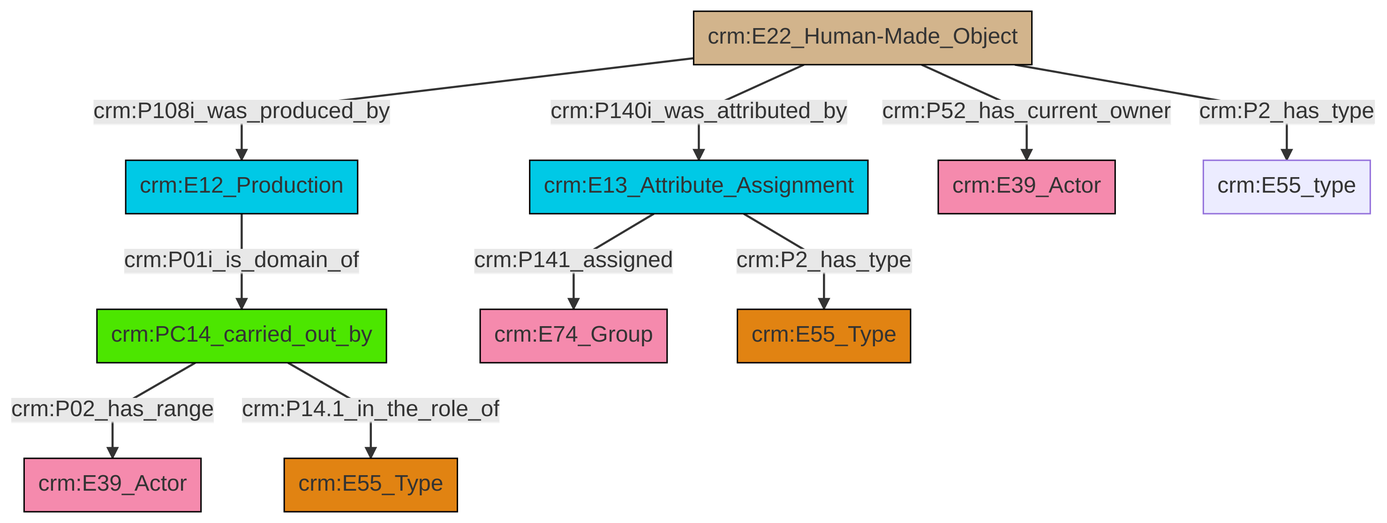
Before: et/builtWorkCSV/ttl/mmd/png/Built_Work_actor_relations.png, a diagram exported from Mermaid (swiss-art-research-net/docs.swissartresearch). Its source is kept beside it as et/builtWorkCSV/ttl/mmd/Built_Work_actor_relations.ttl.mmd.
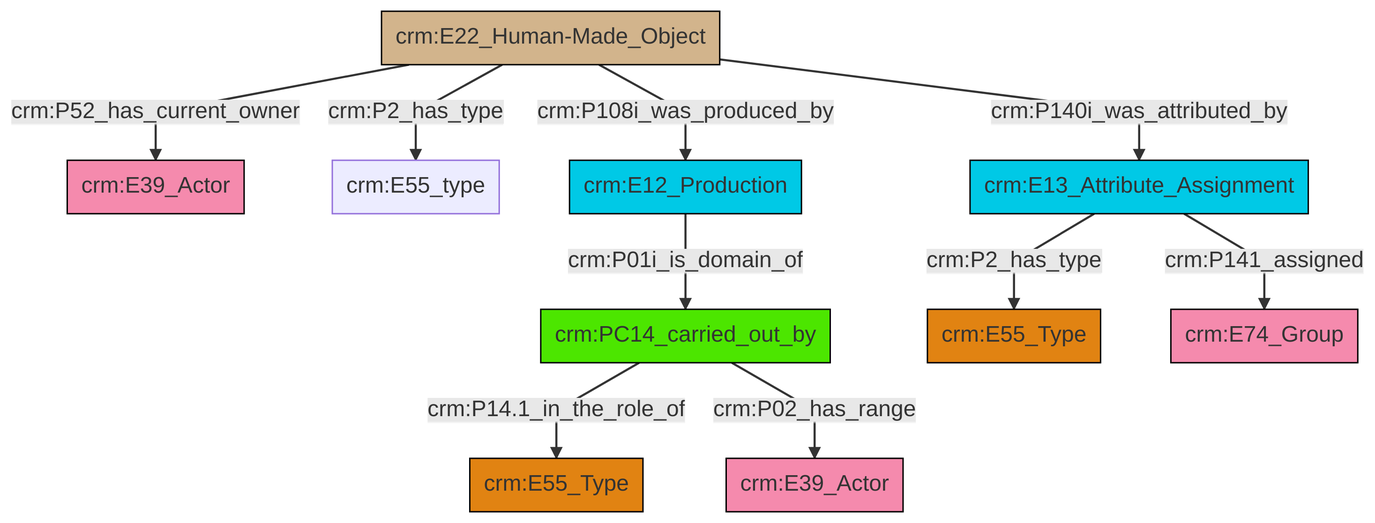
After the change.

Diff of the diagram source:
```diff
@@ -13,12 +13,12 @@
 classDef PC_Classes fill:#4ce600, stroke:#000000;
 classDef Multi fill:#cccccc,stroke:#000000;
 
-0["crm:PC14_carried_out_by"]:::PC_Classes -->|crm:P02_has_range| 1["crm:E39_Actor"]:::Actor
-2["crm:E13_Attribute_Assignment"]:::Temporal_Entity -->|crm:P141_assigned| 3["crm:E74_Group"]:::Actor
-2["crm:E13_Attribute_Assignment"]:::Temporal_Entity -->|crm:P2_has_type| 4["crm:E55_Type"]:::Type
-6["crm:E12_Production"]:::Temporal_Entity -->|crm:P01i_is_domain_of| 0["crm:PC14_carried_out_by"]:::PC_Classes
-9["crm:E22_Human-Made_Object"]:::Physical_Thing -->|crm:P140i_was_attributed_by| 2["crm:E13_Attribute_Assignment"]:::Temporal_Entity
-9["crm:E22_Human-Made_Object"]:::Physical_Thing -->|crm:P52_has_current_owner| 12["crm:E39_Actor"]:::Actor
-0["crm:PC14_carried_out_by"]:::PC_Classes -->|crm:P14.1_in_the_role_of| 13["crm:E55_Type"]:::Type
-9["crm:E22_Human-Made_Object"]:::Physical_Thing -->|crm:P108i_was_produced_by| 6["crm:E12_Production"]:::Temporal_Entity
-9["crm:E22_Human-Made_Object"]:::Physical_Thing -->|crm:P2_has_type| 18["crm:E55_type"]:::Default
+2["crm:E22_Human-Made_Object"]:::Physical_Thing -->|crm:P52_has_current_owner| 3["crm:E39_Actor"]:::Actor
+2["crm:E22_Human-Made_Object"]:::Physical_Thing -->|crm:P2_has_type| 6["crm:E55_type"]:::Default
+2["crm:E22_Human-Made_Object"]:::Physical_Thing -->|crm:P108i_was_produced_by| 8["crm:E12_Production"]:::Temporal_Entity
+14["crm:E13_Attribute_Assignment"]:::Temporal_Entity -->|crm:P2_has_type| 15["crm:E55_Type"]:::Type
+8["crm:E12_Production"]:::Temporal_Entity -->|crm:P01i_is_domain_of| 11["crm:PC14_carried_out_by"]:::PC_Classes
+11["crm:PC14_carried_out_by"]:::PC_Classes -->|crm:P14.1_in_the_role_of| 0["crm:E55_Type"]:::Type
+11["crm:PC14_carried_out_by"]:::PC_Classes -->|crm:P02_has_range| 4["crm:E39_Actor"]:::Actor
+2["crm:E22_Human-Made_Object"]:::Physical_Thing -->|crm:P140i_was_attributed_by| 14["crm:E13_Attribute_Assignment"]:::Temporal_Entity
+14["crm:E13_Attribute_Assignment"]:::Temporal_Entity -->|crm:P141_assigned| 9["crm:E74_Group"]:::Actor
```
